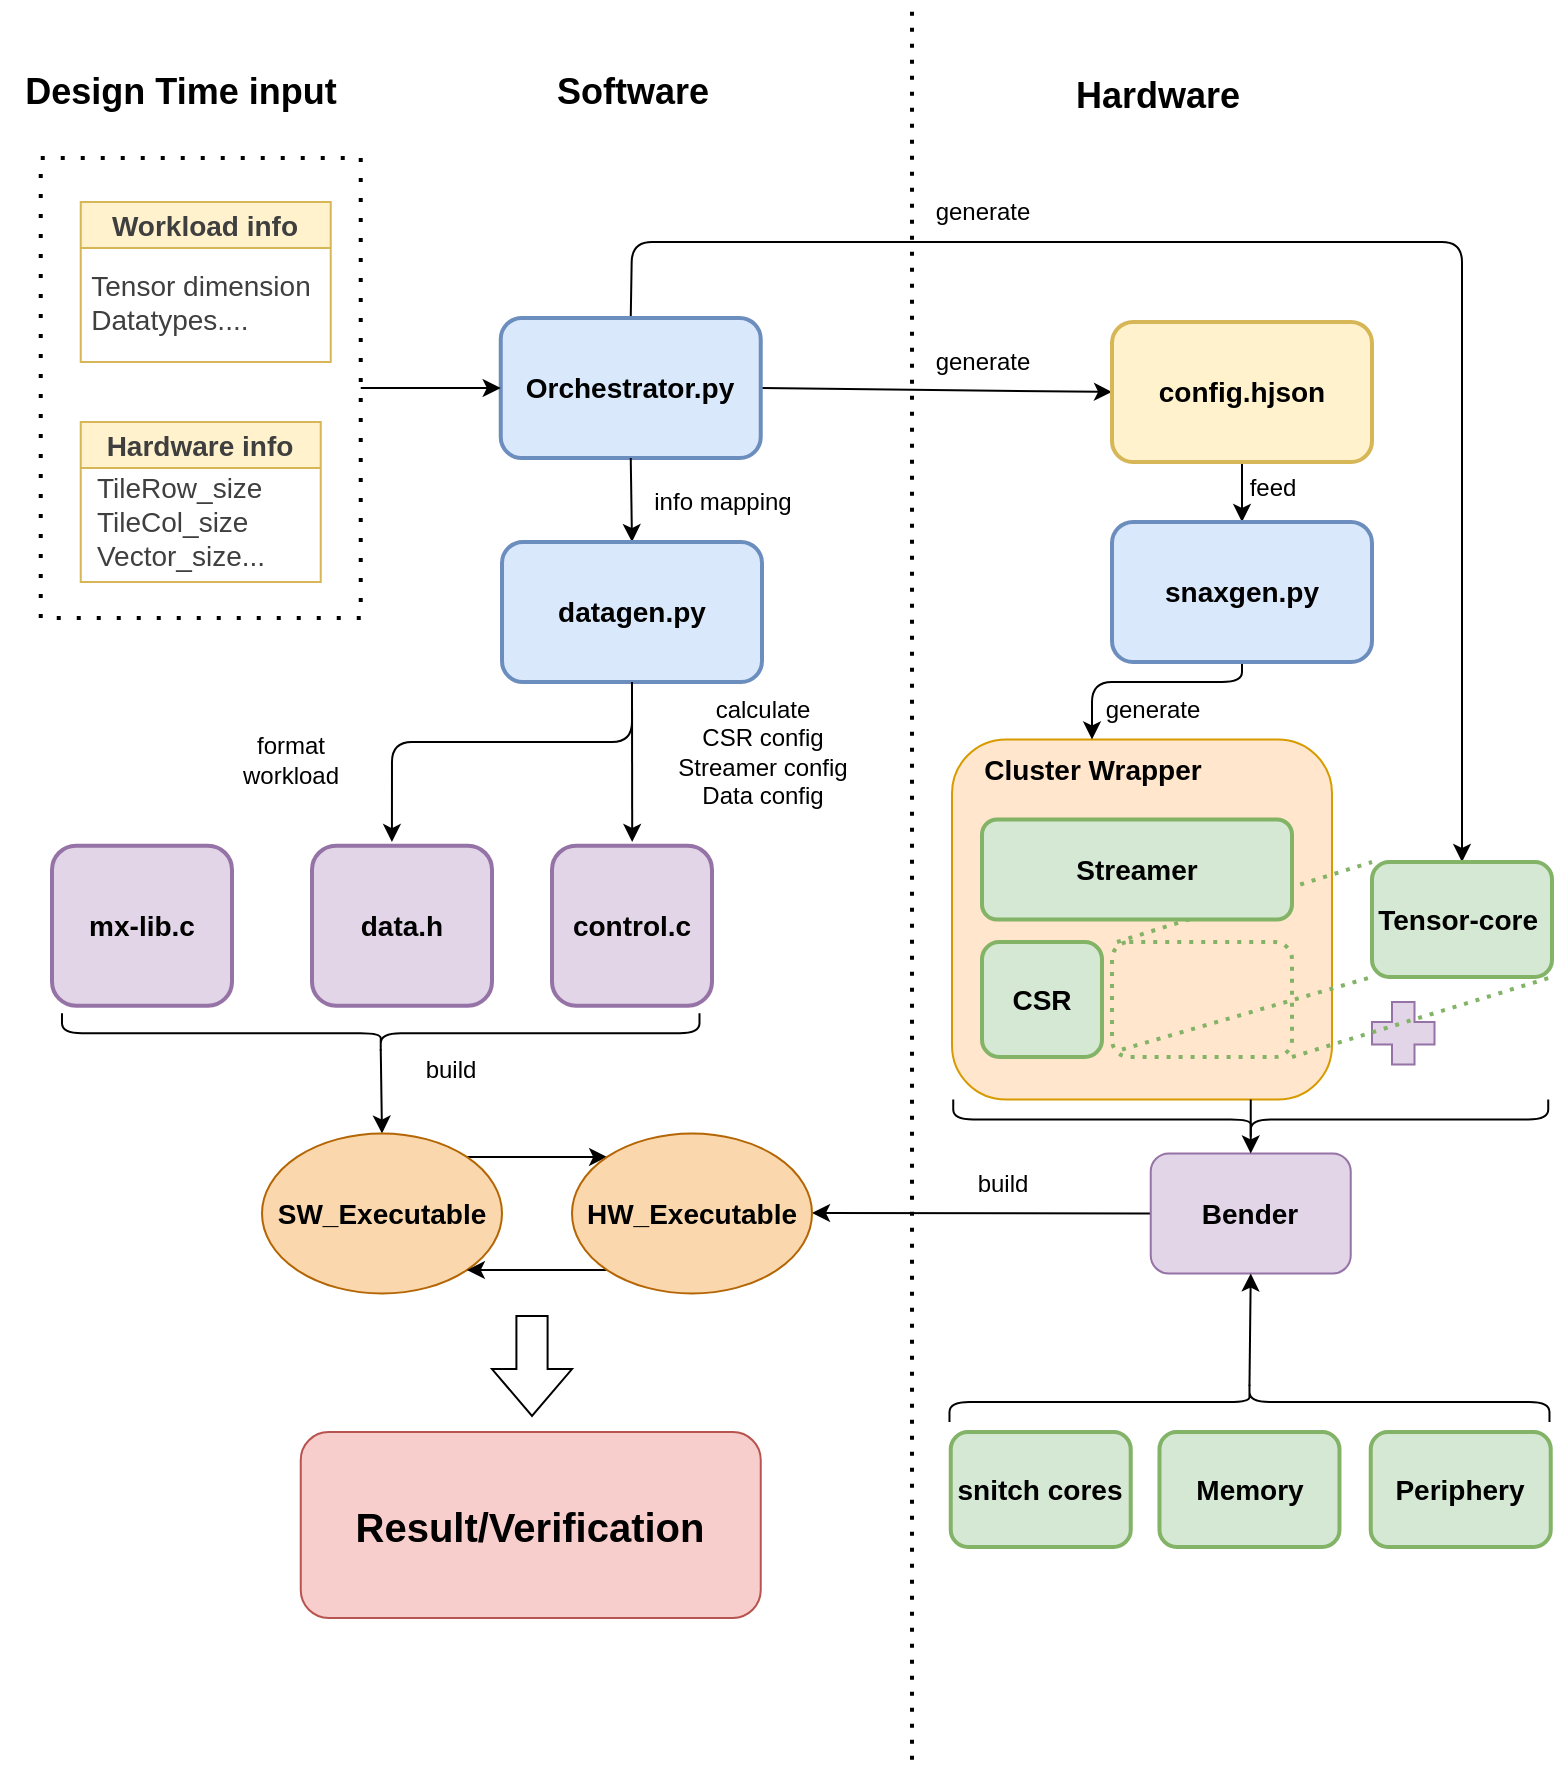
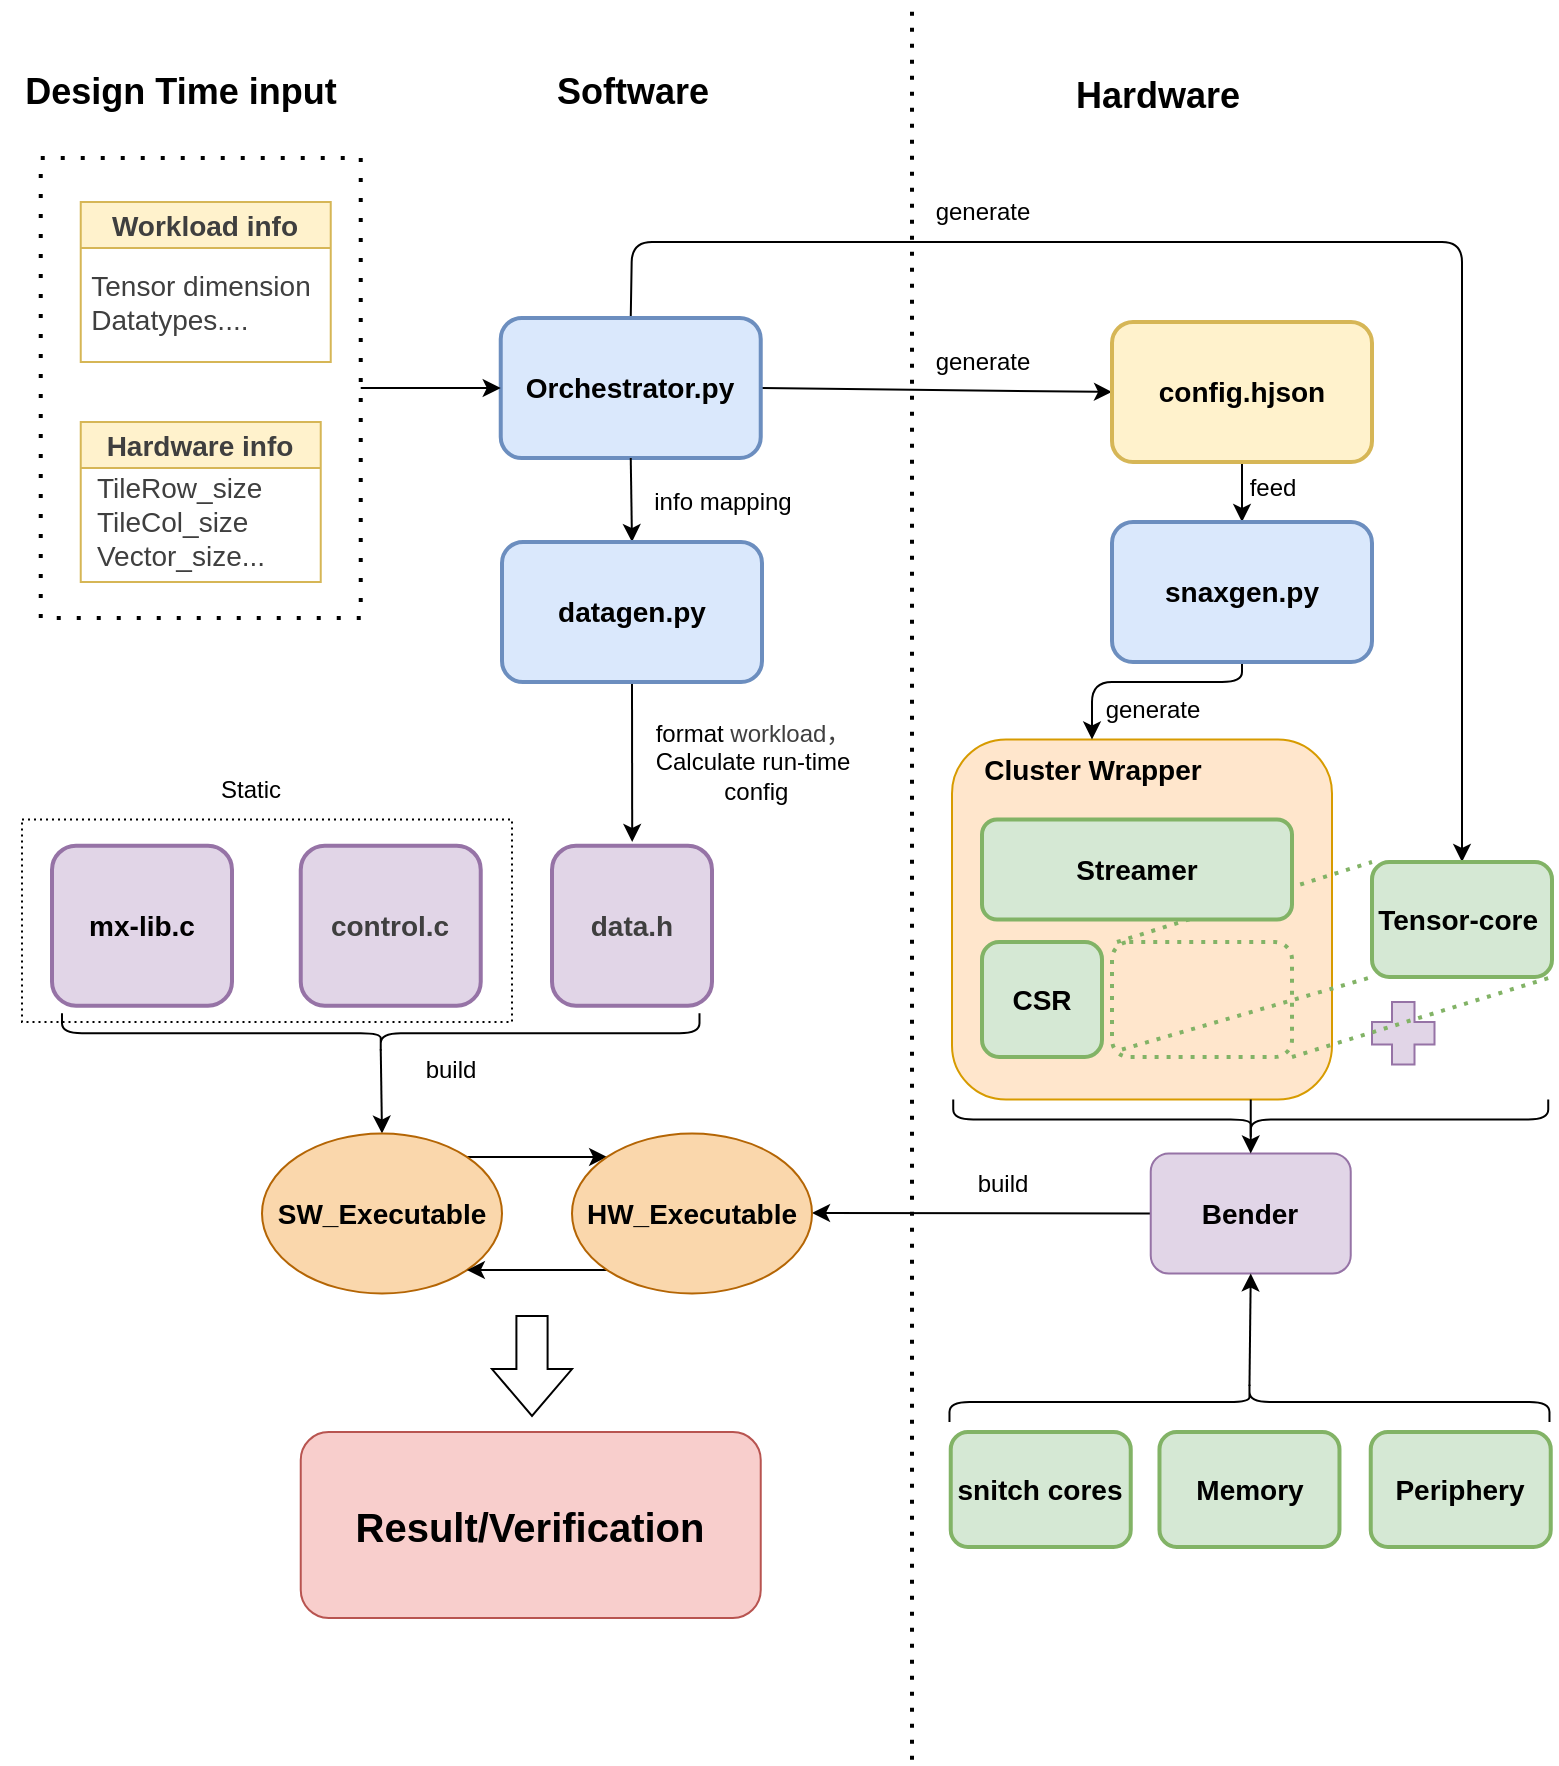
<mxfile host="65bd71144e">
    <diagram id="iXA-ocG-IizM6hzbOYtE" name="Page-1">
-         <mxGraphModel dx="1069" dy="751" grid="1" gridSize="10" guides="1" tooltips="1" connect="1" arrows="1" fold="1" page="1" pageScale="1" pageWidth="1200" pageHeight="1600" math="0" shadow="0">
+         <mxGraphModel dx="571" dy="646" grid="1" gridSize="10" guides="1" tooltips="1" connect="1" arrows="1" fold="1" page="1" pageScale="1" pageWidth="1200" pageHeight="1600" math="0" shadow="0">
            <root>
                <mxCell id="0"/>
                <mxCell id="1" parent="0"/>
                <mxCell id="33" value="" style="rounded=0;whiteSpace=wrap;html=1;fillColor=none;dashed=1;strokeWidth=2;dashPattern=1 4;" parent="1" vertex="1">
                    <mxGeometry x="264.37" y="178" width="160" height="230" as="geometry"/>
                </mxCell>
                <mxCell id="41" value="" style="rounded=1;whiteSpace=wrap;html=1;fillColor=#ffe6cc;strokeColor=#d79b00;" parent="1" vertex="1">
                    <mxGeometry x="720" y="468.75" width="190" height="180" as="geometry"/>
                </mxCell>
                <mxCell id="64" value="" style="endArrow=none;dashed=1;html=1;dashPattern=1 2;strokeWidth=2;entryX=0;entryY=0;entryDx=0;entryDy=0;rounded=1;strokeColor=#82b366;align=center;verticalAlign=middle;fontFamily=Helvetica;fontSize=12;fontColor=default;fillColor=none;" parent="1" target="39" edge="1">
                    <mxGeometry width="50" height="50" relative="1" as="geometry">
                        <mxPoint x="802.5" y="570" as="sourcePoint"/>
                        <mxPoint x="927.5" y="534.25" as="targetPoint"/>
                    </mxGeometry>
                </mxCell>
                <mxCell id="36" style="edgeStyle=none;html=1;exitX=1;exitY=0.5;exitDx=0;exitDy=0;entryX=0;entryY=0.5;entryDx=0;entryDy=0;" parent="1" source="3" target="25" edge="1">
                    <mxGeometry relative="1" as="geometry"/>
                </mxCell>
-                 <mxCell id="106" style="edgeStyle=none;html=1;exitX=0.5;exitY=0;exitDx=0;exitDy=0;entryX=0.5;entryY=0;entryDx=0;entryDy=0;" edge="1" parent="1" source="3" target="39">
+                 <mxCell id="106" style="edgeStyle=none;html=1;exitX=0.5;exitY=0;exitDx=0;exitDy=0;entryX=0.5;entryY=0;entryDx=0;entryDy=0;" parent="1" source="3" target="39" edge="1">
                    <mxGeometry relative="1" as="geometry">
                        <Array as="points">
                            <mxPoint x="560" y="220"/>
                            <mxPoint x="975" y="220"/>
                        </Array>
                    </mxGeometry>
                </mxCell>
                <mxCell id="3" value="&lt;font style=&quot;font-size: 14px;&quot;&gt;&lt;b&gt;Orchestrator.py&lt;/b&gt;&lt;/font&gt;" style="rounded=1;whiteSpace=wrap;html=1;fillColor=#dae8fc;strokeColor=#6c8ebf;strokeWidth=2;" parent="1" vertex="1">
                    <mxGeometry x="494.37" y="258" width="130" height="70" as="geometry"/>
                </mxCell>
                <mxCell id="5" value="&lt;font style=&quot;font-size: 18px;&quot;&gt;&lt;b&gt;Software&lt;/b&gt;&lt;/font&gt;" style="text;html=1;align=center;verticalAlign=middle;resizable=0;points=[];autosize=1;strokeColor=none;fillColor=none;" parent="1" vertex="1">
                    <mxGeometry x="510" y="125" width="100" height="40" as="geometry"/>
                </mxCell>
                <mxCell id="6" value="&lt;div style=&quot;text-align: center;&quot;&gt;&lt;span style=&quot;background-color: transparent; font-size: 18px; text-wrap-mode: nowrap;&quot;&gt;&lt;b&gt;Hardware&lt;/b&gt;&lt;/span&gt;&lt;/div&gt;" style="text;whiteSpace=wrap;html=1;fontFamily=Helvetica;fontSize=12;fontColor=default;autosize=1;resizable=0;" parent="1" vertex="1">
                    <mxGeometry x="780" y="130" width="90" height="30" as="geometry"/>
                </mxCell>
-                 <mxCell id="8" value="&lt;font style=&quot;font-size: 14px;&quot;&gt;&lt;b&gt;control.c&lt;/b&gt;&lt;/font&gt;" style="rounded=1;whiteSpace=wrap;html=1;fillColor=#e1d5e7;strokeColor=#9673a6;strokeWidth=2;" parent="1" vertex="1">
+                 <mxCell id="8" value="&lt;b style=&quot;color: rgb(63, 63, 63); scrollbar-color: rgb(226, 226, 226) rgb(251, 251, 251); font-size: 14px;&quot;&gt;data.h&lt;/b&gt;" style="rounded=1;whiteSpace=wrap;html=1;fillColor=#e1d5e7;strokeColor=#9673a6;strokeWidth=2;" parent="1" vertex="1">
                    <mxGeometry x="520" y="521.87" width="80" height="80" as="geometry"/>
                </mxCell>
                <mxCell id="14" value="&lt;span style=&quot;scrollbar-color: rgb(226, 226, 226) rgb(251, 251, 251); text-align: left; text-wrap-mode: nowrap; background-color: transparent; font-size: 14px; color: rgb(63, 63, 63);&quot;&gt;Workload info&lt;/span&gt;" style="swimlane;whiteSpace=wrap;html=1;fillColor=#fff2cc;strokeColor=#d6b656;" parent="1" vertex="1">
                    <mxGeometry x="284.37" y="200" width="125" height="80" as="geometry">
                        <mxRectangle x="210" y="230" width="130" height="30" as="alternateBounds"/>
                    </mxGeometry>
                </mxCell>
                <mxCell id="15" value="&lt;div style=&quot;color: rgb(63, 63, 63); scrollbar-color: rgb(226, 226, 226) rgb(251, 251, 251); text-align: left;&quot;&gt;&lt;font style=&quot;color: rgb(63, 63, 63); scrollbar-color: rgb(226, 226, 226) rgb(251, 251, 251); font-size: 14px;&quot;&gt;Tensor dimension&lt;/font&gt;&lt;/div&gt;&lt;div style=&quot;color: rgb(63, 63, 63); scrollbar-color: rgb(226, 226, 226) rgb(251, 251, 251); text-align: left;&quot;&gt;&lt;span style=&quot;font-size: 14px; background-color: transparent;&quot;&gt;Datatypes....&lt;/span&gt;&lt;/div&gt;" style="text;html=1;align=center;verticalAlign=middle;resizable=0;points=[];autosize=1;strokeColor=none;fillColor=none;" parent="14" vertex="1">
                    <mxGeometry x="-5" y="25" width="130" height="50" as="geometry"/>
                </mxCell>
                <mxCell id="22" value="&lt;font style=&quot;color: rgb(63, 63, 63); scrollbar-color: rgb(226, 226, 226) rgb(251, 251, 251); font-weight: 400; text-align: left; text-wrap-mode: nowrap; font-size: 14px;&quot;&gt;&lt;b style=&quot;color: rgb(63, 63, 63); scrollbar-color: rgb(226, 226, 226) rgb(251, 251, 251);&quot;&gt;Hardware info&lt;/b&gt;&lt;/font&gt;" style="swimlane;whiteSpace=wrap;html=1;startSize=23;fillColor=#fff2cc;strokeColor=#d6b656;" parent="1" vertex="1">
                    <mxGeometry x="284.37" y="310" width="120" height="80" as="geometry"/>
                </mxCell>
                <mxCell id="23" value="&lt;div style=&quot;color: rgb(63, 63, 63); scrollbar-color: rgb(226, 226, 226) rgb(251, 251, 251); text-align: left;&quot;&gt;&lt;div style=&quot;color: rgb(63, 63, 63); scrollbar-color: rgb(226, 226, 226) rgb(251, 251, 251);&quot;&gt;&lt;span style=&quot;color: rgb(63, 63, 63); scrollbar-color: rgb(226, 226, 226) rgb(251, 251, 251); font-size: 14px;&quot;&gt;TileRow_size&lt;/span&gt;&lt;/div&gt;&lt;div style=&quot;color: rgb(63, 63, 63); scrollbar-color: rgb(226, 226, 226) rgb(251, 251, 251);&quot;&gt;&lt;span style=&quot;color: rgb(63, 63, 63); scrollbar-color: rgb(226, 226, 226) rgb(251, 251, 251); font-size: 14px;&quot;&gt;TileCol_size&lt;/span&gt;&lt;/div&gt;&lt;div style=&quot;color: rgb(63, 63, 63); scrollbar-color: rgb(226, 226, 226) rgb(251, 251, 251);&quot;&gt;&lt;span style=&quot;color: rgb(63, 63, 63); scrollbar-color: rgb(226, 226, 226) rgb(251, 251, 251); font-size: 14px;&quot;&gt;Vector_size...&lt;/span&gt;&lt;/div&gt;&lt;/div&gt;" style="text;html=1;align=center;verticalAlign=middle;resizable=0;points=[];autosize=1;strokeColor=none;fillColor=none;" parent="22" vertex="1">
                    <mxGeometry x="-5" y="20" width="110" height="60" as="geometry"/>
                </mxCell>
                <mxCell id="52" style="edgeStyle=none;html=1;exitX=0.5;exitY=1;exitDx=0;exitDy=0;entryX=0.5;entryY=0;entryDx=0;entryDy=0;" parent="1" source="25" target="51" edge="1">
                    <mxGeometry relative="1" as="geometry"/>
                </mxCell>
                <mxCell id="25" value="&lt;span style=&quot;font-size: 14px;&quot;&gt;&lt;b&gt;config.hjson&lt;/b&gt;&lt;/span&gt;" style="rounded=1;whiteSpace=wrap;html=1;fillColor=#fff2cc;strokeColor=#d6b656;strokeWidth=2;align=center;verticalAlign=middle;fontFamily=Helvetica;fontSize=12;" parent="1" vertex="1">
                    <mxGeometry x="800" y="260" width="130" height="70" as="geometry"/>
                </mxCell>
                <mxCell id="30" value="generate" style="text;html=1;align=center;verticalAlign=middle;resizable=0;points=[];autosize=1;strokeColor=none;fillColor=none;" parent="1" vertex="1">
                    <mxGeometry x="700" y="265" width="70" height="30" as="geometry"/>
-                 </mxCell>
-                 <mxCell id="31" value="&lt;div&gt;calculate&lt;/div&gt;CSR config&lt;div&gt;Streamer config&lt;/div&gt;&lt;div&gt;Data config&lt;/div&gt;" style="text;html=1;align=center;verticalAlign=middle;resizable=0;points=[];autosize=1;strokeColor=none;fillColor=none;" parent="1" vertex="1">
-                     <mxGeometry x="570" y="440" width="110" height="70" as="geometry"/>
                </mxCell>
                <mxCell id="34" style="edgeStyle=none;html=1;exitX=1;exitY=0.5;exitDx=0;exitDy=0;entryX=0;entryY=0.5;entryDx=0;entryDy=0;" parent="1" source="33" target="3" edge="1">
                    <mxGeometry relative="1" as="geometry"/>
                </mxCell>
                <mxCell id="35" value="&lt;font style=&quot;font-size: 18px;&quot;&gt;&lt;b style=&quot;&quot;&gt;Design Time input&lt;/b&gt;&lt;/font&gt;" style="text;html=1;align=center;verticalAlign=middle;resizable=0;points=[];autosize=1;strokeColor=none;fillColor=none;" parent="1" vertex="1">
                    <mxGeometry x="244.37" y="125" width="180" height="40" as="geometry"/>
                </mxCell>
                <mxCell id="37" value="&lt;span style=&quot;font-size: 14px;&quot;&gt;&lt;b&gt;Streamer&lt;/b&gt;&lt;/span&gt;" style="rounded=1;whiteSpace=wrap;html=1;fillColor=#d5e8d4;strokeColor=#82b366;strokeWidth=2;align=center;verticalAlign=middle;fontFamily=Helvetica;fontSize=12;" parent="1" vertex="1">
                    <mxGeometry x="735" y="508.75" width="155" height="50" as="geometry"/>
                </mxCell>
                <mxCell id="38" value="&lt;span style=&quot;font-size: 14px;&quot;&gt;&lt;b&gt;CSR&lt;/b&gt;&lt;/span&gt;" style="rounded=1;whiteSpace=wrap;html=1;fillColor=#d5e8d4;strokeColor=#82b366;strokeWidth=2;align=center;verticalAlign=middle;fontFamily=Helvetica;fontSize=12;" parent="1" vertex="1">
                    <mxGeometry x="735" y="570" width="60" height="57.5" as="geometry"/>
                </mxCell>
                <mxCell id="39" value="&lt;span style=&quot;font-size: 14px;&quot;&gt;&lt;b&gt;Tensor-core&amp;nbsp;&lt;/b&gt;&lt;/span&gt;" style="rounded=1;whiteSpace=wrap;html=1;fillColor=#d5e8d4;strokeColor=#82b366;strokeWidth=2;align=center;verticalAlign=middle;fontFamily=Helvetica;fontSize=12;fontColor=default;" parent="1" vertex="1">
                    <mxGeometry x="930" y="530" width="90" height="57.5" as="geometry"/>
                </mxCell>
                <mxCell id="42" value="&lt;font style=&quot;font-size: 14px;&quot;&gt;&lt;b&gt;Cluster Wrapper&lt;/b&gt;&lt;/font&gt;" style="text;html=1;align=center;verticalAlign=middle;resizable=0;points=[];autosize=1;strokeColor=none;fillColor=none;" parent="1" vertex="1">
                    <mxGeometry x="725" y="468.75" width="130" height="30" as="geometry"/>
                </mxCell>
                <mxCell id="56" style="edgeStyle=none;html=1;exitX=0.5;exitY=1;exitDx=0;exitDy=0;" parent="1" source="51" target="42" edge="1">
                    <mxGeometry relative="1" as="geometry">
                        <Array as="points">
                            <mxPoint x="865" y="440"/>
                            <mxPoint x="790" y="440"/>
                        </Array>
                    </mxGeometry>
                </mxCell>
                <mxCell id="51" value="&lt;span style=&quot;font-size: 14px;&quot;&gt;&lt;b&gt;snaxgen.py&lt;/b&gt;&lt;/span&gt;" style="rounded=1;whiteSpace=wrap;html=1;fillColor=#dae8fc;strokeColor=#6c8ebf;strokeWidth=2;align=center;verticalAlign=middle;fontFamily=Helvetica;fontSize=12;" parent="1" vertex="1">
                    <mxGeometry x="800" y="360" width="130" height="70" as="geometry"/>
                </mxCell>
                <mxCell id="53" value="feed" style="text;html=1;align=center;verticalAlign=middle;resizable=0;points=[];autosize=1;strokeColor=none;fillColor=none;" parent="1" vertex="1">
                    <mxGeometry x="855" y="328" width="50" height="30" as="geometry"/>
                </mxCell>
                <mxCell id="57" value="generate" style="text;html=1;align=center;verticalAlign=middle;resizable=0;points=[];autosize=1;strokeColor=none;fillColor=none;" parent="1" vertex="1">
                    <mxGeometry x="785" y="438.75" width="70" height="30" as="geometry"/>
                </mxCell>
                <mxCell id="59" value="" style="shape=cross;whiteSpace=wrap;html=1;fillColor=#e1d5e7;strokeColor=#9673a6;size=0.36;" parent="1" vertex="1">
                    <mxGeometry x="930" y="600" width="31.25" height="31.25" as="geometry"/>
                </mxCell>
                <mxCell id="60" value="" style="rounded=1;whiteSpace=wrap;html=1;fillColor=none;strokeColor=#82b366;strokeWidth=2;align=center;verticalAlign=middle;fontFamily=Helvetica;fontSize=12;dashed=1;dashPattern=1 2;" parent="1" vertex="1">
                    <mxGeometry x="800" y="570" width="90" height="57.5" as="geometry"/>
                </mxCell>
                <mxCell id="61" value="" style="endArrow=none;dashed=1;html=1;dashPattern=1 2;strokeWidth=2;entryX=0;entryY=1;entryDx=0;entryDy=0;rounded=1;strokeColor=#82b366;align=center;verticalAlign=middle;fontFamily=Helvetica;fontSize=12;fontColor=default;fillColor=none;" parent="1" target="39" edge="1">
                    <mxGeometry width="50" height="50" relative="1" as="geometry">
                        <mxPoint x="805" y="623.75" as="sourcePoint"/>
                        <mxPoint x="855" y="573.75" as="targetPoint"/>
                    </mxGeometry>
                </mxCell>
                <mxCell id="62" value="" style="endArrow=none;dashed=1;html=1;dashPattern=1 2;strokeWidth=2;entryX=1;entryY=1;entryDx=0;entryDy=0;rounded=1;strokeColor=#82b366;align=center;verticalAlign=middle;fontFamily=Helvetica;fontSize=12;fontColor=default;fillColor=none;" parent="1" target="39" edge="1">
                    <mxGeometry width="50" height="50" relative="1" as="geometry">
                        <mxPoint x="890" y="627.5" as="sourcePoint"/>
                        <mxPoint x="1015" y="591.75" as="targetPoint"/>
                    </mxGeometry>
                </mxCell>
                <mxCell id="94" style="edgeStyle=none;html=1;exitX=0;exitY=0.5;exitDx=0;exitDy=0;" parent="1" source="68" edge="1">
                    <mxGeometry relative="1" as="geometry">
                        <mxPoint x="649.9999999999998" y="705.4705882352941" as="targetPoint"/>
                    </mxGeometry>
                </mxCell>
                <mxCell id="68" value="&lt;font style=&quot;font-size: 14px;&quot;&gt;&lt;b style=&quot;&quot;&gt;Bender&lt;/b&gt;&lt;/font&gt;" style="rounded=1;whiteSpace=wrap;html=1;strokeColor=#9673a6;align=center;verticalAlign=middle;fontFamily=Helvetica;fontSize=12;fillColor=#e1d5e7;" parent="1" vertex="1">
                    <mxGeometry x="819.37" y="675.75" width="100" height="60" as="geometry"/>
                </mxCell>
                <mxCell id="69" value="&lt;span style=&quot;font-size: 14px;&quot;&gt;&lt;b&gt;snitch cores&lt;/b&gt;&lt;/span&gt;" style="rounded=1;whiteSpace=wrap;html=1;fillColor=#d5e8d4;strokeColor=#82b366;strokeWidth=2;align=center;verticalAlign=middle;fontFamily=Helvetica;fontSize=12;fontColor=default;" parent="1" vertex="1">
                    <mxGeometry x="719.37" y="815" width="90" height="57.5" as="geometry"/>
                </mxCell>
                <mxCell id="70" value="&lt;span style=&quot;font-size: 14px;&quot;&gt;&lt;b&gt;Periphery&lt;/b&gt;&lt;/span&gt;" style="rounded=1;whiteSpace=wrap;html=1;fillColor=#d5e8d4;strokeColor=#82b366;strokeWidth=2;align=center;verticalAlign=middle;fontFamily=Helvetica;fontSize=12;fontColor=default;" parent="1" vertex="1">
                    <mxGeometry x="929.37" y="815" width="90" height="57.5" as="geometry"/>
                </mxCell>
                <mxCell id="71" value="&lt;span style=&quot;font-size: 14px;&quot;&gt;&lt;b&gt;Memory&lt;/b&gt;&lt;/span&gt;" style="rounded=1;whiteSpace=wrap;html=1;fillColor=#d5e8d4;strokeColor=#82b366;strokeWidth=2;align=center;verticalAlign=middle;fontFamily=Helvetica;fontSize=12;fontColor=default;" parent="1" vertex="1">
                    <mxGeometry x="823.74" y="815" width="90" height="57.5" as="geometry"/>
                </mxCell>
-                 <mxCell id="74" value="&lt;font style=&quot;font-size: 14px;&quot;&gt;&lt;b&gt;data.h&lt;/b&gt;&lt;/font&gt;" style="rounded=1;whiteSpace=wrap;html=1;fillColor=#e1d5e7;strokeColor=#9673a6;strokeWidth=2;" parent="1" vertex="1">
-                     <mxGeometry x="400" y="521.87" width="90" height="80" as="geometry"/>
-                 </mxCell>
-                 <mxCell id="75" value="format&lt;div&gt;workload&lt;/div&gt;" style="text;html=1;align=center;verticalAlign=middle;resizable=0;points=[];autosize=1;strokeColor=none;fillColor=none;" parent="1" vertex="1">
-                     <mxGeometry x="354.37" y="458.75" width="70" height="40" as="geometry"/>
+                 <mxCell id="74" value="&lt;b style=&quot;color: rgb(63, 63, 63); scrollbar-color: rgb(226, 226, 226) rgb(251, 251, 251); font-size: 14px;&quot;&gt;control.c&lt;/b&gt;" style="rounded=1;whiteSpace=wrap;html=1;fillColor=#e1d5e7;strokeColor=#9673a6;strokeWidth=2;" parent="1" vertex="1">
+                     <mxGeometry x="394.37" y="521.87" width="90" height="80" as="geometry"/>
+                 </mxCell>
+                 <mxCell id="75" value="format&amp;nbsp;&lt;span style=&quot;color: rgb(63, 63, 63); background-color: transparent;&quot;&gt;workload，&lt;/span&gt;&lt;div&gt;Calculate run-time&lt;/div&gt;&lt;div&gt;&amp;nbsp;config&lt;/div&gt;" style="text;html=1;align=center;verticalAlign=middle;resizable=0;points=[];autosize=1;strokeColor=none;fillColor=none;" parent="1" vertex="1">
+                     <mxGeometry x="560" y="450" width="120" height="60" as="geometry"/>
                </mxCell>
                <mxCell id="78" value="&lt;font style=&quot;font-size: 14px;&quot;&gt;&lt;b&gt;mx-lib.c&lt;/b&gt;&lt;/font&gt;" style="rounded=1;whiteSpace=wrap;html=1;fillColor=#e1d5e7;strokeColor=#9673a6;strokeWidth=2;" parent="1" vertex="1">
                    <mxGeometry x="270" y="521.87" width="90" height="80" as="geometry"/>
                </mxCell>
                <mxCell id="79" value="" style="endArrow=none;dashed=1;html=1;dashPattern=1 3;strokeWidth=2;" parent="1" edge="1">
                    <mxGeometry width="50" height="50" relative="1" as="geometry">
                        <mxPoint x="700" y="978.8235294117648" as="sourcePoint"/>
                        <mxPoint x="700" y="100" as="targetPoint"/>
                    </mxGeometry>
                </mxCell>
                <mxCell id="86" style="edgeStyle=none;html=1;exitX=0.1;exitY=0.5;exitDx=0;exitDy=0;exitPerimeter=0;entryX=0.5;entryY=0;entryDx=0;entryDy=0;" parent="1" source="83" target="85" edge="1">
                    <mxGeometry relative="1" as="geometry"/>
                </mxCell>
                <mxCell id="83" value="" style="shape=curlyBracket;whiteSpace=wrap;html=1;rounded=1;flipH=1;labelPosition=right;verticalLabelPosition=middle;align=left;verticalAlign=middle;rotation=90;" parent="1" vertex="1">
                    <mxGeometry x="424.37" y="456.25" width="20" height="318.75" as="geometry"/>
                </mxCell>
                <mxCell id="97" style="edgeStyle=none;html=1;exitX=1;exitY=0;exitDx=0;exitDy=0;entryX=0;entryY=0;entryDx=0;entryDy=0;" parent="1" source="85" target="96" edge="1">
                    <mxGeometry relative="1" as="geometry"/>
                </mxCell>
                <mxCell id="85" value="&lt;font style=&quot;font-size: 14px;&quot;&gt;&lt;b&gt;SW_Executable&lt;/b&gt;&lt;/font&gt;" style="ellipse;whiteSpace=wrap;html=1;fillColor=#fad7ac;strokeColor=#b46504;" parent="1" vertex="1">
                    <mxGeometry x="375" y="665.75" width="120" height="80" as="geometry"/>
                </mxCell>
                <mxCell id="89" style="edgeStyle=none;html=1;exitX=0.1;exitY=0.5;exitDx=0;exitDy=0;exitPerimeter=0;entryX=0.5;entryY=0;entryDx=0;entryDy=0;" parent="1" target="68" edge="1">
                    <mxGeometry relative="1" as="geometry">
                        <mxPoint x="869.3699999999999" y="648.75" as="sourcePoint"/>
                    </mxGeometry>
                </mxCell>
                <mxCell id="88" value="" style="shape=curlyBracket;whiteSpace=wrap;html=1;rounded=1;flipH=1;labelPosition=right;verticalLabelPosition=middle;align=left;verticalAlign=middle;rotation=90;" parent="1" vertex="1">
                    <mxGeometry x="859.37" y="510" width="20" height="297.5" as="geometry"/>
                </mxCell>
                <mxCell id="100" style="edgeStyle=none;html=1;exitX=0.1;exitY=0.5;exitDx=0;exitDy=0;exitPerimeter=0;entryX=0.5;entryY=1;entryDx=0;entryDy=0;" parent="1" source="90" target="68" edge="1">
                    <mxGeometry relative="1" as="geometry"/>
                </mxCell>
                <mxCell id="90" value="" style="shape=curlyBracket;whiteSpace=wrap;html=1;rounded=1;labelPosition=left;verticalLabelPosition=middle;align=right;verticalAlign=middle;size=0.5;rotation=90;" parent="1" vertex="1">
                    <mxGeometry x="858.74" y="650" width="20" height="300" as="geometry"/>
                </mxCell>
                <mxCell id="92" value="&lt;font style=&quot;font-size: 20px;&quot;&gt;&lt;b style=&quot;&quot;&gt;Result/Verification&lt;/b&gt;&lt;/font&gt;" style="rounded=1;whiteSpace=wrap;html=1;fillColor=#f8cecc;strokeColor=#b85450;" parent="1" vertex="1">
                    <mxGeometry x="394.37" y="815" width="230" height="93" as="geometry"/>
                </mxCell>
                <mxCell id="93" value="build" style="text;html=1;align=center;verticalAlign=middle;resizable=0;points=[];autosize=1;strokeColor=none;fillColor=none;" parent="1" vertex="1">
                    <mxGeometry x="444.37" y="618.75" width="50" height="30" as="geometry"/>
                </mxCell>
                <mxCell id="95" value="build" style="text;html=1;align=center;verticalAlign=middle;resizable=0;points=[];autosize=1;strokeColor=none;fillColor=none;" parent="1" vertex="1">
                    <mxGeometry x="720" y="675.75" width="50" height="30" as="geometry"/>
                </mxCell>
                <mxCell id="98" style="edgeStyle=none;html=1;exitX=0;exitY=1;exitDx=0;exitDy=0;entryX=1;entryY=1;entryDx=0;entryDy=0;" parent="1" source="96" target="85" edge="1">
                    <mxGeometry relative="1" as="geometry"/>
                </mxCell>
                <mxCell id="96" value="&lt;font style=&quot;font-size: 14px;&quot;&gt;&lt;b&gt;HW_Executable&lt;/b&gt;&lt;/font&gt;" style="ellipse;whiteSpace=wrap;html=1;fillColor=#fad7ac;strokeColor=#b46504;" parent="1" vertex="1">
                    <mxGeometry x="530" y="665.75" width="120" height="80" as="geometry"/>
                </mxCell>
                <mxCell id="99" value="" style="shape=singleArrow;direction=south;whiteSpace=wrap;html=1;arrowWidth=0.3896551724137908;arrowSize=0.46965517241379073;" parent="1" vertex="1">
                    <mxGeometry x="490" y="757" width="40" height="50" as="geometry"/>
                </mxCell>
-                 <mxCell id="102" value="" style="edgeStyle=none;html=1;exitX=0.5;exitY=1;exitDx=0;exitDy=0;entryX=0.5;entryY=0;entryDx=0;entryDy=0;" edge="1" parent="1" source="3" target="101">
+                 <mxCell id="102" value="" style="edgeStyle=none;html=1;exitX=0.5;exitY=1;exitDx=0;exitDy=0;entryX=0.5;entryY=0;entryDx=0;entryDy=0;" parent="1" source="3" target="101" edge="1">
                    <mxGeometry relative="1" as="geometry">
                        <mxPoint x="559" y="328" as="sourcePoint"/>
                        <mxPoint x="560" y="490" as="targetPoint"/>
                    </mxGeometry>
                </mxCell>
-                 <mxCell id="103" style="edgeStyle=none;html=1;exitX=0.5;exitY=1;exitDx=0;exitDy=0;" edge="1" parent="1" source="101">
+                 <mxCell id="103" style="edgeStyle=none;html=1;exitX=0.5;exitY=1;exitDx=0;exitDy=0;" parent="1" source="101" edge="1">
                    <mxGeometry relative="1" as="geometry">
                        <mxPoint x="560.1034482758621" y="520" as="targetPoint"/>
                    </mxGeometry>
                </mxCell>
-                 <mxCell id="101" value="&lt;font style=&quot;font-size: 14px;&quot;&gt;&lt;b&gt;datagen.py&lt;/b&gt;&lt;/font&gt;" style="rounded=1;whiteSpace=wrap;html=1;fillColor=#dae8fc;strokeColor=#6c8ebf;strokeWidth=2;" vertex="1" parent="1">
+                 <mxCell id="101" value="&lt;font style=&quot;font-size: 14px;&quot;&gt;&lt;b&gt;datagen.py&lt;/b&gt;&lt;/font&gt;" style="rounded=1;whiteSpace=wrap;html=1;fillColor=#dae8fc;strokeColor=#6c8ebf;strokeWidth=2;" parent="1" vertex="1">
                    <mxGeometry x="495" y="370" width="130" height="70" as="geometry"/>
                </mxCell>
-                 <mxCell id="104" style="edgeStyle=none;html=1;exitX=0.5;exitY=1;exitDx=0;exitDy=0;entryX=0.444;entryY=-0.023;entryDx=0;entryDy=0;entryPerimeter=0;" edge="1" parent="1" source="101" target="74">
-                     <mxGeometry relative="1" as="geometry">
-                         <Array as="points">
-                             <mxPoint x="560" y="470"/>
-                             <mxPoint x="440" y="470"/>
-                         </Array>
-                     </mxGeometry>
-                 </mxCell>
-                 <mxCell id="105" value="info mapping" style="text;html=1;align=center;verticalAlign=middle;resizable=0;points=[];autosize=1;strokeColor=none;fillColor=none;" vertex="1" parent="1">
+                 <mxCell id="105" value="info mapping" style="text;html=1;align=center;verticalAlign=middle;resizable=0;points=[];autosize=1;strokeColor=none;fillColor=none;" parent="1" vertex="1">
                    <mxGeometry x="560" y="335" width="90" height="30" as="geometry"/>
                </mxCell>
-                 <mxCell id="107" value="generate" style="text;html=1;align=center;verticalAlign=middle;resizable=0;points=[];autosize=1;strokeColor=none;fillColor=none;" vertex="1" parent="1">
+                 <mxCell id="107" value="generate" style="text;html=1;align=center;verticalAlign=middle;resizable=0;points=[];autosize=1;strokeColor=none;fillColor=none;" parent="1" vertex="1">
                    <mxGeometry x="700" y="190" width="70" height="30" as="geometry"/>
+                 </mxCell>
+                 <mxCell id="108" value="Static" style="text;html=1;align=center;verticalAlign=middle;resizable=0;points=[];autosize=1;strokeColor=none;fillColor=none;" vertex="1" parent="1">
+                     <mxGeometry x="344.37" y="478.75" width="50" height="30" as="geometry"/>
+                 </mxCell>
+                 <mxCell id="110" value="" style="rounded=0;whiteSpace=wrap;html=1;dashed=1;dashPattern=1 2;strokeColor=default;align=center;verticalAlign=middle;fontFamily=Helvetica;fontSize=12;fontColor=default;fillColor=none;" vertex="1" parent="1">
+                     <mxGeometry x="255" y="508.75" width="245" height="101.25" as="geometry"/>
                </mxCell>
            </root>
        </mxGraphModel>
    </diagram>
</mxfile>